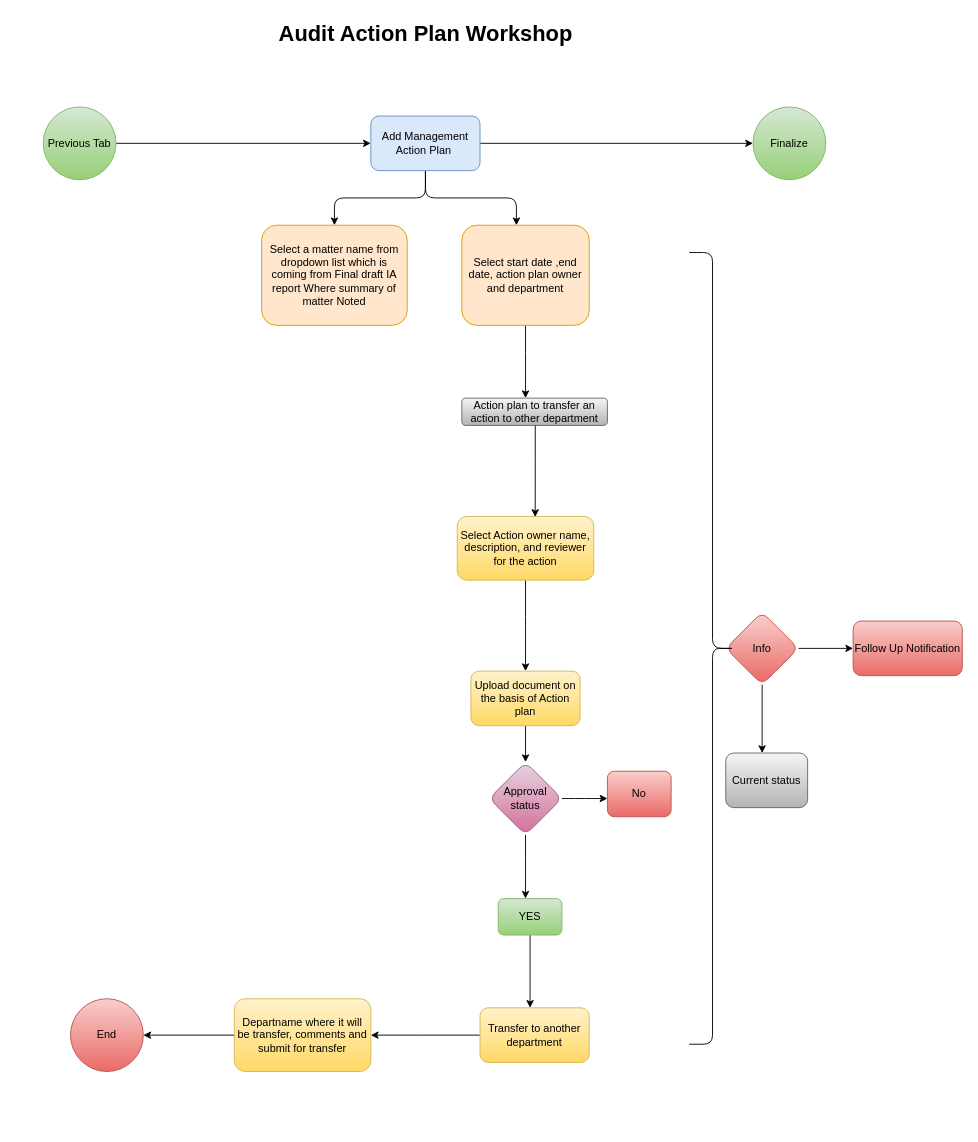
Earlier version of the draw.io diagram page "Audit Action Plan Workshop" (28 of 31) of ERM & IA DFD.drawio (AvikM1996/draw.io). Source tidied: cells renumbered, new cells numbered last; positions are measured from the earlier drawing's top-left corner, leaving out a move shared by most shapes. Both pictures are drawn from the tidied source at 91%, with x=0, y=0 at pixel (43, 15).
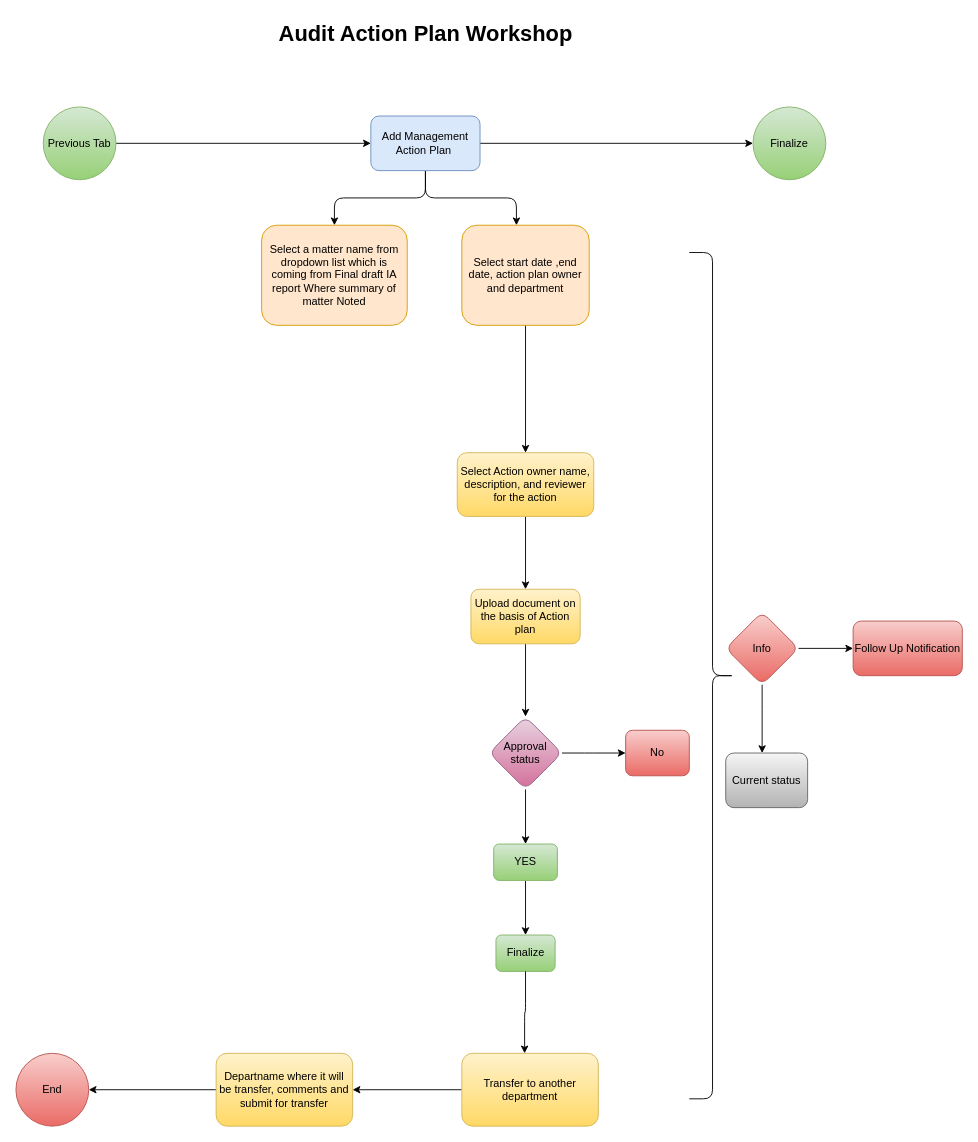
Above is the later version.

The change refers to these unchanged cells:
```xml
<mxCell id="11" value="Select start date ,end date, action plan owner and department" style="rounded=1;whiteSpace=wrap;html=1;fillColor=#ffe6cc;strokeColor=#d79b00;" parent="1" vertex="1">
  <mxGeometry x="460" y="230" width="140" height="110" as="geometry" />
</mxCell>
```

The edit, as a diff of the source:
```diff
@@
-    <mxCell id="10" style="edgeStyle=orthogonalEdgeStyle;rounded=1;jettySize=auto;html=1;" parent="1" edge="1" source="11">
-      <mxGeometry relative="1" as="geometry">
-        <mxPoint x="530" y="420" as="targetPoint" />
-      </mxGeometry>
+    <mxCell id="10" style="edgeStyle=orthogonalEdgeStyle;rounded=1;jettySize=auto;html=1;entryX=0.5;entryY=0;entryDx=0;entryDy=0;" parent="1" edge="1" source="11" target="14">
+      <mxGeometry relative="1" as="geometry" />
     </mxCell>
@@
-    <mxCell id="12" value="Action plan to transfer an action to other department" style="rounded=1;whiteSpace=wrap;html=1;fillColor=#f5f5f5;gradientColor=#b3b3b3;strokeColor=#666666;" parent="1" vertex="1">
-      <mxGeometry x="460" y="420" width="160" height="30" as="geometry" />
-    </mxCell>
-    <mxCell id="13" style="edgeStyle=orthogonalEdgeStyle;rounded=1;jettySize=auto;html=1;" parent="1" edge="1" source="14">
-      <mxGeometry relative="1" as="geometry">
-        <mxPoint x="530" y="720" as="targetPoint" />
-      </mxGeometry>
-    </mxCell>
+    <mxCell id="37" style="edgeStyle=orthogonalEdgeStyle;rounded=1;jettySize=auto;html=1;entryX=0.5;entryY=0;entryDx=0;entryDy=0;" parent="1" edge="1" source="14" target="17">
+      <mxGeometry relative="1" as="geometry" />
+    </mxCell>
     <mxCell id="14" value="Select Action owner name, description, and reviewer for the action" style="rounded=1;whiteSpace=wrap;html=1;fillColor=#fff2cc;gradientColor=#ffd966;strokeColor=#d6b656;" parent="1" vertex="1">
-      <mxGeometry x="455" y="550" width="150" height="70" as="geometry" />
+      <mxGeometry x="455" y="480" width="150" height="70" as="geometry" />
     </mxCell>
-    <mxCell id="15" style="edgeStyle=orthogonalEdgeStyle;rounded=1;jettySize=auto;html=1;entryX=0.571;entryY=0.008;entryDx=0;entryDy=0;entryPerimeter=0;" parent="1" edge="1" source="12" target="14">
-      <mxGeometry relative="1" as="geometry">
-        <Array as="points">
-          <mxPoint x="540" y="500" />
-        </Array>
-      </mxGeometry>
-    </mxCell>
-    <mxCell id="16" style="edgeStyle=orthogonalEdgeStyle;rounded=1;jettySize=auto;html=1;" parent="1" edge="1" source="17" target="20">
+    <mxCell id="16" style="edgeStyle=orthogonalEdgeStyle;rounded=1;jettySize=auto;html=1;entryX=0.5;entryY=0;entryDx=0;entryDy=0;" parent="1" edge="1" source="17" target="20">
       <mxGeometry relative="1" as="geometry" />
     </mxCell>
     <mxCell id="17" value="Upload document on the basis of Action plan" style="rounded=1;whiteSpace=wrap;html=1;fillColor=#fff2cc;gradientColor=#ffd966;strokeColor=#d6b656;" parent="1" vertex="1">
-      <mxGeometry x="470" y="720" width="120" height="60" as="geometry" />
+      <mxGeometry x="470" y="630" width="120" height="60" as="geometry" />
     </mxCell>
-    <mxCell id="18" style="edgeStyle=orthogonalEdgeStyle;rounded=1;jettySize=auto;html=1;" parent="1" edge="1" source="20">
-      <mxGeometry relative="1" as="geometry">
-        <mxPoint x="530" y="970" as="targetPoint" />
-      </mxGeometry>
-    </mxCell>
-    <mxCell id="19" style="edgeStyle=orthogonalEdgeStyle;rounded=1;jettySize=auto;html=1;" parent="1" edge="1" source="20">
-      <mxGeometry relative="1" as="geometry">
-        <mxPoint x="620" y="860" as="targetPoint" />
-      </mxGeometry>
-    </mxCell>
+    <mxCell id="38" style="edgeStyle=orthogonalEdgeStyle;rounded=1;jettySize=auto;html=1;" parent="1" edge="1" source="20">
+      <mxGeometry relative="1" as="geometry">
+        <mxPoint x="640" y="810" as="targetPoint" />
+      </mxGeometry>
+    </mxCell>
     <mxCell id="20" value="Approval status" style="rhombus;whiteSpace=wrap;html=1;rounded=1;fillColor=#e6d0de;gradientColor=#d5739d;strokeColor=#996185;" parent="1" vertex="1">
-      <mxGeometry x="490" y="820" width="80" height="80" as="geometry" />
+      <mxGeometry x="490" y="770" width="80" height="80" as="geometry" />
     </mxCell>
     <mxCell id="21" value="No" style="rounded=1;whiteSpace=wrap;html=1;fillColor=#f8cecc;gradientColor=#ea6b66;strokeColor=#b85450;" parent="1" vertex="1">
-      <mxGeometry x="620" y="830" width="70" height="50" as="geometry" />
+      <mxGeometry x="640" y="785" width="70" height="50" as="geometry" />
     </mxCell>
-    <mxCell id="22" style="edgeStyle=orthogonalEdgeStyle;rounded=1;jettySize=auto;html=1;" parent="1" edge="1" source="23">
-      <mxGeometry relative="1" as="geometry">
-        <mxPoint x="535" y="1090" as="targetPoint" />
-      </mxGeometry>
-    </mxCell>
-    <mxCell id="23" value="YES" style="rounded=1;whiteSpace=wrap;html=1;fillColor=#d5e8d4;gradientColor=#97d077;strokeColor=#82b366;" parent="1" vertex="1">
-      <mxGeometry x="500" y="970" width="70" height="40" as="geometry" />
-    </mxCell>
-    <mxCell id="24" style="edgeStyle=orthogonalEdgeStyle;rounded=1;jettySize=auto;html=1;" parent="1" edge="1" source="25">
-      <mxGeometry relative="1" as="geometry">
-        <mxPoint x="360" y="1120" as="targetPoint" />
-      </mxGeometry>
-    </mxCell>
+    <mxCell id="39" style="edgeStyle=orthogonalEdgeStyle;rounded=1;jettySize=auto;html=1;entryX=1;entryY=0.5;entryDx=0;entryDy=0;" parent="1" edge="1" source="25" target="27">
+      <mxGeometry relative="1" as="geometry" />
+    </mxCell>
     <mxCell id="25" value="Transfer to another department" style="rounded=1;whiteSpace=wrap;html=1;fillColor=#fff2cc;gradientColor=#ffd966;strokeColor=#d6b656;" parent="1" vertex="1">
-      <mxGeometry x="480" y="1090" width="120" height="60" as="geometry" />
+      <mxGeometry x="460" y="1140" width="150" height="80" as="geometry" />
     </mxCell>
@@
     <mxCell id="27" value="Departname where it will be transfer, comments and submit for transfer" style="rounded=1;whiteSpace=wrap;html=1;fillColor=#fff2cc;gradientColor=#ffd966;strokeColor=#d6b656;" parent="1" vertex="1">
-      <mxGeometry x="210" y="1080" width="150" height="80" as="geometry" />
+      <mxGeometry x="190" y="1140" width="150" height="80" as="geometry" />
     </mxCell>
@@
     <mxCell id="31" style="shape=curlyBracket;whiteSpace=wrap;html=1;rounded=1;flipH=1;labelPosition=right;verticalLabelPosition=middle;align=left;verticalAlign=middle;size=0.5;" parent="1" vertex="1">
-      <mxGeometry x="710" y="260" width="51" height="870" as="geometry" />
+      <mxGeometry x="710" y="260" width="51" height="930" as="geometry" />
     </mxCell>
@@
     <mxCell id="33" value="End" style="ellipse;whiteSpace=wrap;html=1;rounded=1;fillColor=#f8cecc;gradientColor=#ea6b66;strokeColor=#b85450;" parent="1" vertex="1">
-      <mxGeometry x="30" y="1080" width="80" height="80" as="geometry" />
+      <mxGeometry x="-30" y="1140" width="80" height="80" as="geometry" />
     </mxCell>
@@
+    <mxCell id="40" value="Finalize" style="rounded=1;whiteSpace=wrap;html=1;fillColor=#d5e8d4;gradientColor=#97d077;strokeColor=#82b366;" parent="1" vertex="1">
+      <mxGeometry x="497.5" y="1010" width="65" height="40" as="geometry" />
+    </mxCell>
+    <mxCell id="41" style="edgeStyle=orthogonalEdgeStyle;rounded=1;jettySize=auto;html=1;" parent="1" edge="1" source="20" target="23">
+      <mxGeometry relative="1" as="geometry" />
+    </mxCell>
+    <mxCell id="42" style="edgeStyle=orthogonalEdgeStyle;rounded=1;jettySize=auto;html=1;entryX=0.5;entryY=0;entryDx=0;entryDy=0;" parent="1" edge="1" source="23" target="40">
+      <mxGeometry relative="1" as="geometry" />
+    </mxCell>
+    <mxCell id="23" value="YES" style="rounded=1;whiteSpace=wrap;html=1;fillColor=#d5e8d4;gradientColor=#97d077;strokeColor=#82b366;" parent="1" vertex="1">
+      <mxGeometry x="495" y="910" width="70" height="40" as="geometry" />
+    </mxCell>
+    <mxCell id="43" style="edgeStyle=orthogonalEdgeStyle;rounded=1;jettySize=auto;html=1;entryX=0.46;entryY=0;entryDx=0;entryDy=0;entryPerimeter=0;" parent="1" edge="1" source="40" target="25">
+      <mxGeometry relative="1" as="geometry" />
+    </mxCell>
```
